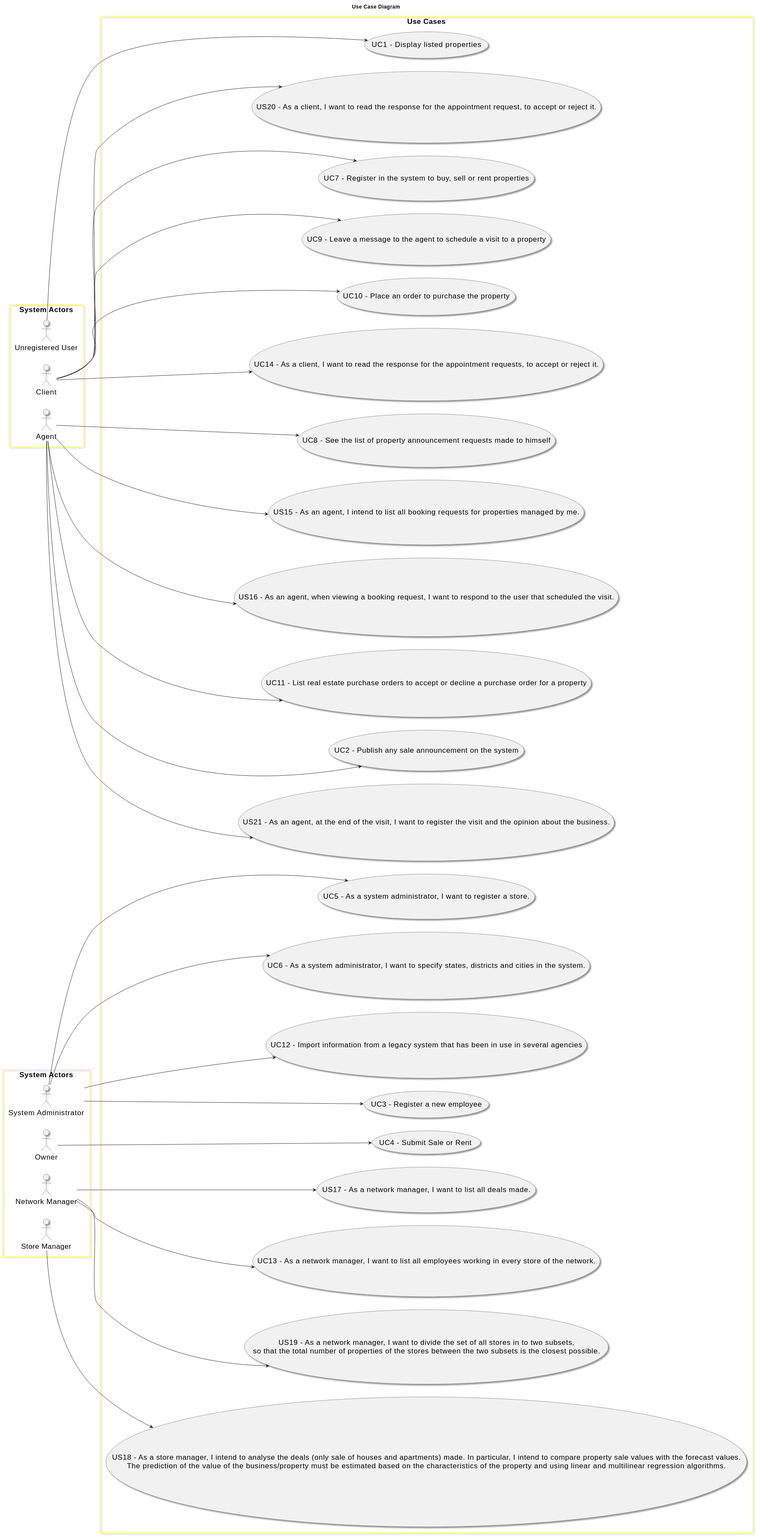
Above: docs/sprintD/global-artifacts/01.requirements-engineering/svg/use-case-diagram.svg in Goncalves2525/real-estate-management-system (PlantUML), before the change.
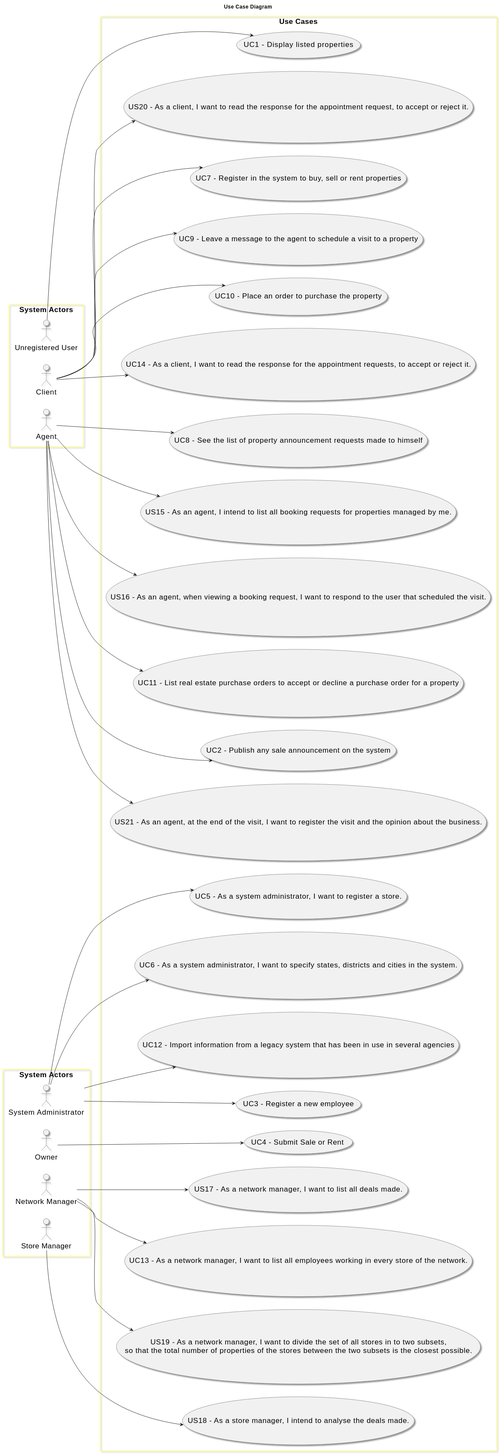
Later version of the same file.

What changed in the source:
```diff
@@ -59,7 +59,7 @@
             "Agent" --> UC16
     usecase "US17 - As a network manager, I want to list all deals made." as UC17
             "Network Manager" --> UC17
-    usecase "US18 - As a store manager, I intend to analyse the deals (only sale of houses and apartments) made. In particular, I intend to compare property sale values with the forecast values.\nThe prediction of the value of the business/property must be estimated based on the characteristics of the property and using linear and multilinear regression algorithms." as UC18
+    usecase "US18 - As a store manager, I intend to analyse the deals made." as UC18
             "Store Manager" --> UC18
     usecase "US19 - As a network manager, I want to divide the set of all stores in to two subsets,\nso that the total number of properties of the stores between the two subsets is the closest possible." as UC19
             "Network Manager" --> UC19
```
